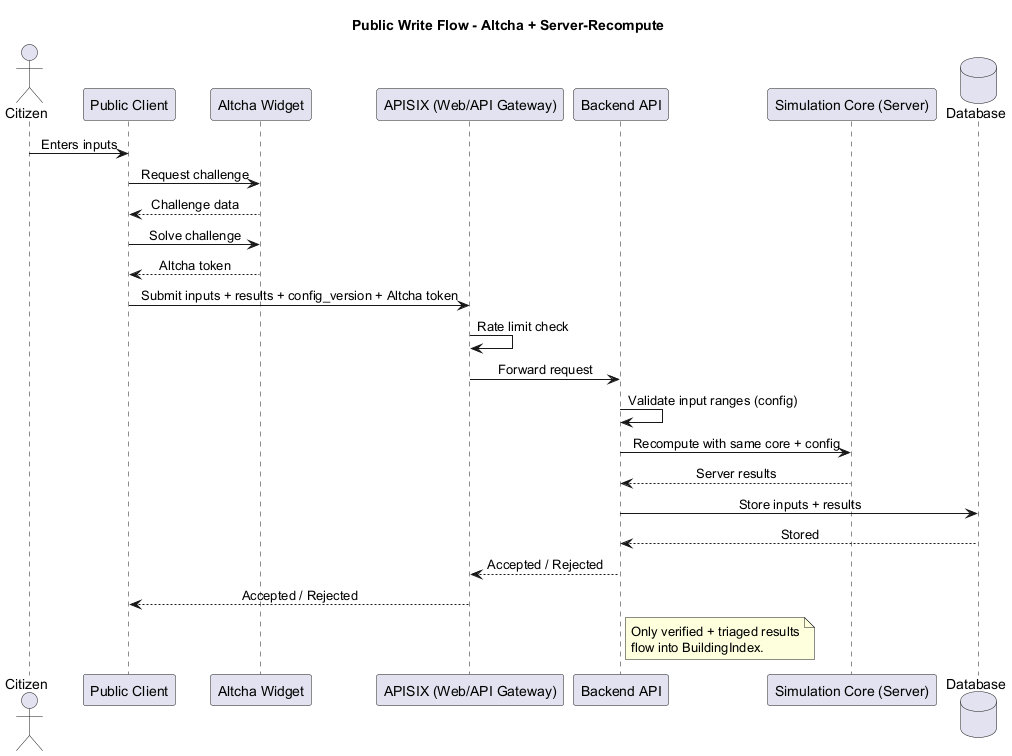
This is docs/architecture/attachments/public-write-flow.png from csi-FOXBYTE/Regensburg_DigitalerEnergieZwilling_Backend, a PlantUML export, as it was before one commit.
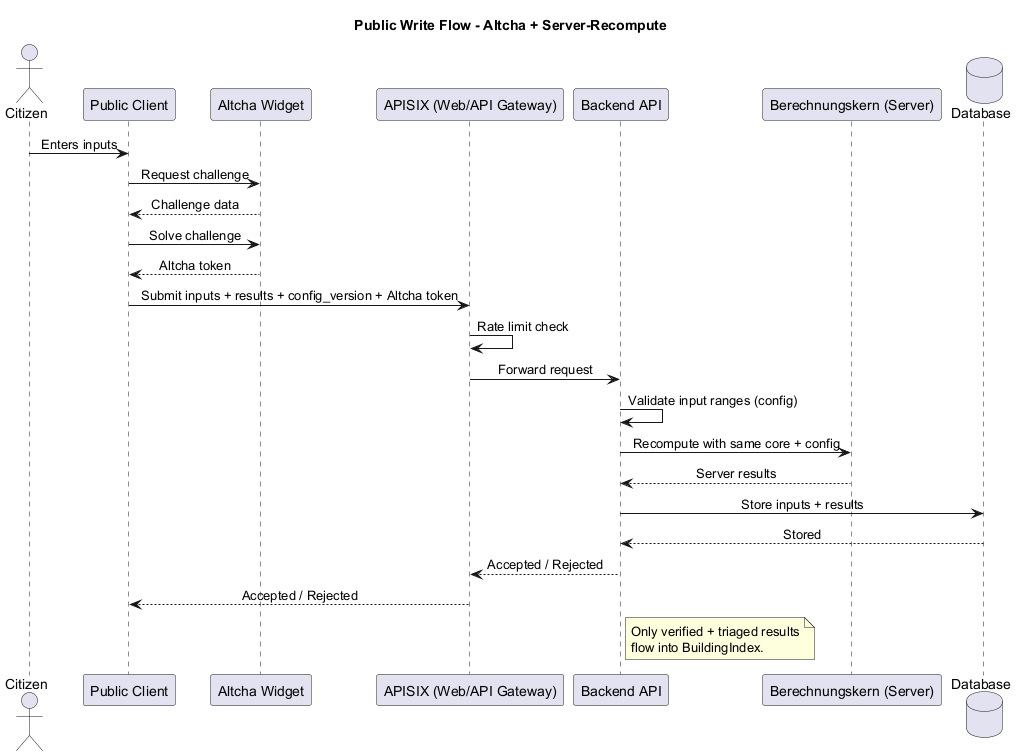
After the commit.

The edit, as a diff of the source:
```diff
@@ -9,7 +9,7 @@
 participant "Altcha Widget" as altcha
 participant "APISIX (Web/API Gateway)" as gateway
 participant "Backend API" as api
-participant "Simulation Core (Server)" as sim
+participant "Berechnungskern (Server)" as calc
 database "Database" as db
 
 user -> client: Enters inputs
@@ -22,8 +22,8 @@
 gateway -> gateway: Rate limit check
 gateway -> api: Forward request
 api -> api: Validate input ranges (config)
-api -> sim: Recompute with same core + config
-sim --> api: Server results
+api -> calc: Recompute with same core + config
+calc --> api: Server results
 api -> db: Store inputs + results
 db --> api: Stored
 api --> gateway: Accepted / Rejected
```
